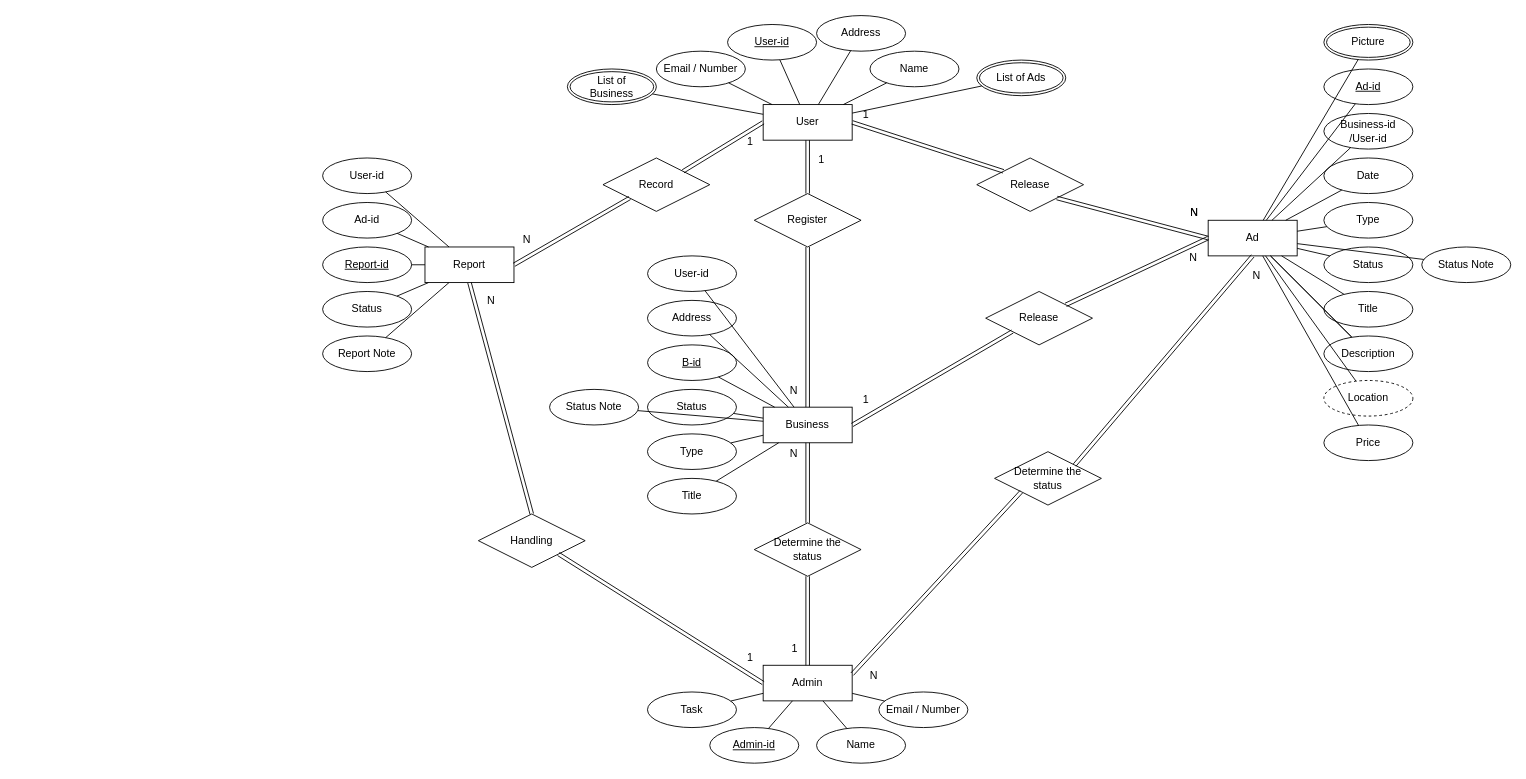
Before: Project.drawio in khebrati/HamsellDatabase, a draw.io diagram. Source tidied: cells renumbered, new cells numbered last; positions are measured from the earlier drawing's top-left corner, leaving out a move shared by most shapes. Both pictures are drawn from the tidied source at 89%, with x=0, y=0 at pixel (322, 15).
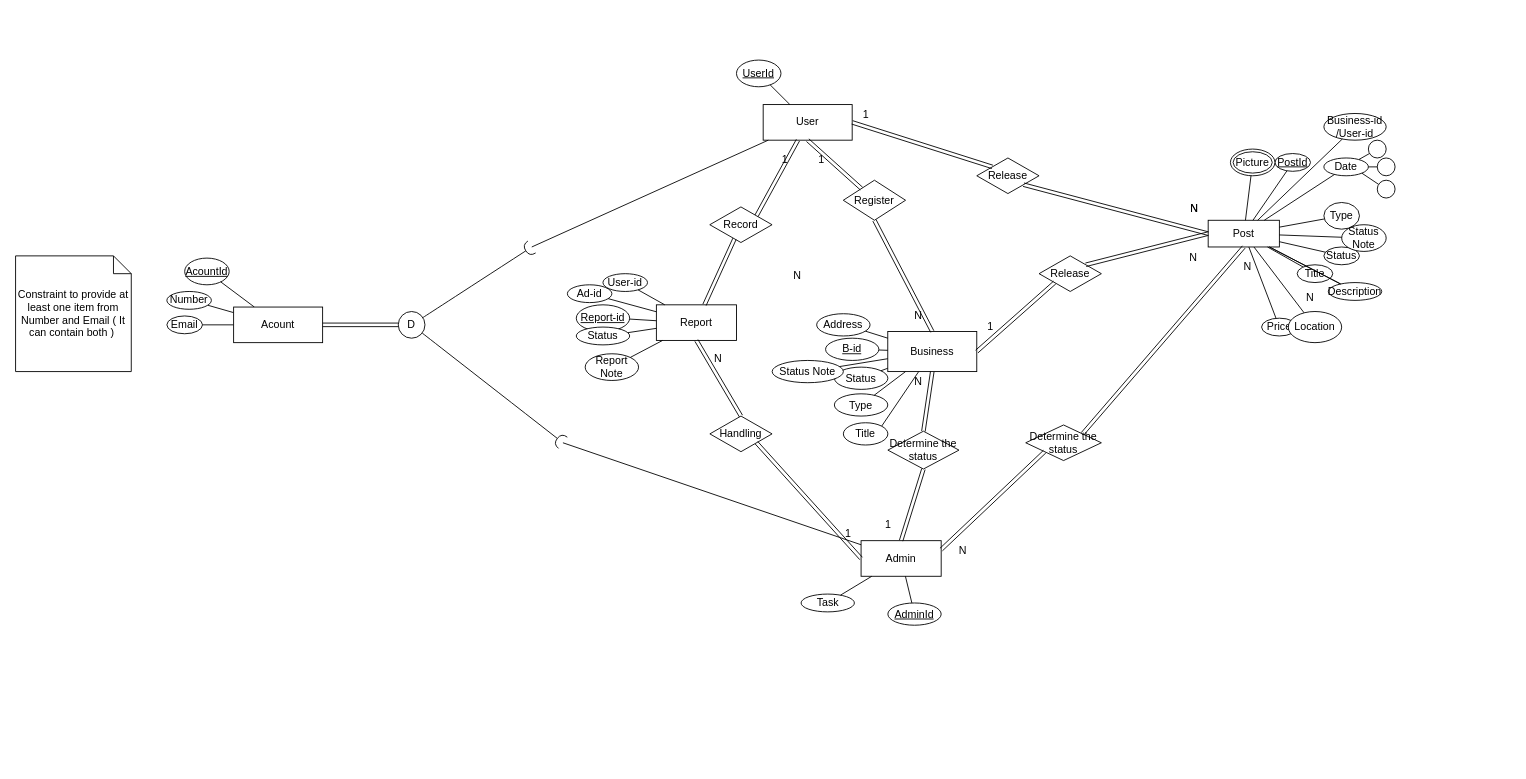
The same page after the edit.

Commit message:
Made things smaller, added parent entity for user and admin

The change refers to these unchanged cells:
```xml
<mxCell id="2" value="User" style="whiteSpace=wrap;html=1;align=center;" parent="1" vertex="1">
  <mxGeometry x="495" y="100" width="100" height="40" as="geometry" />
</mxCell>
```

Change to the diagram source:
```diff
@@
-    <mxCell id="3" value="User-id" style="ellipse;whiteSpace=wrap;html=1;align=center;fontStyle=4;" parent="1" vertex="1">
-      <mxGeometry x="455" y="10" width="100" height="40" as="geometry" />
+    <mxCell id="3" value="AcountId" style="ellipse;whiteSpace=wrap;html=1;align=center;fontStyle=4;" parent="1" vertex="1">
+      <mxGeometry x="-155" y="272.5" width="50" height="30" as="geometry" />
     </mxCell>
-    <mxCell id="4" value="Email / Nu&lt;span style=&quot;background-color: initial;&quot;&gt;mber&lt;/span&gt;" style="ellipse;whiteSpace=wrap;html=1;align=center;" parent="1" vertex="1">
-      <mxGeometry x="375" y="40" width="100" height="40" as="geometry" />
+    <mxCell id="4" value="Number" style="ellipse;whiteSpace=wrap;html=1;align=center;" parent="1" vertex="1">
+      <mxGeometry x="-175" y="310" width="50" height="20" as="geometry" />
     </mxCell>
-    <mxCell id="5" value="Name" style="ellipse;whiteSpace=wrap;html=1;align=center;" parent="1" vertex="1">
-      <mxGeometry x="615" y="40" width="100" height="40" as="geometry" />
-    </mxCell>
-    <mxCell id="6" value="Address" style="ellipse;whiteSpace=wrap;html=1;align=center;" parent="1" vertex="1">
-      <mxGeometry x="555" width="100" height="40" as="geometry" />
-    </mxCell>
-    <mxCell id="7" value="Ad" style="whiteSpace=wrap;html=1;align=center;" parent="1" vertex="1">
-      <mxGeometry x="995" y="230" width="100" height="40" as="geometry" />
+    <mxCell id="7" value="Post" style="whiteSpace=wrap;html=1;align=center;" parent="1" vertex="1">
+      <mxGeometry x="995" y="230" width="80" height="30" as="geometry" />
     </mxCell>
-    <mxCell id="8" value="Ad-id" style="ellipse;whiteSpace=wrap;html=1;align=center;fontStyle=4;" parent="1" vertex="1">
-      <mxGeometry x="1125" y="60" width="100" height="40" as="geometry" />
+    <mxCell id="8" value="PostId" style="ellipse;whiteSpace=wrap;html=1;align=center;fontStyle=4;" parent="1" vertex="1">
+      <mxGeometry x="1070" y="155" width="40" height="20" as="geometry" />
     </mxCell>
     <mxCell id="9" value="Business-id&lt;div&gt;/User-id&lt;/div&gt;" style="ellipse;whiteSpace=wrap;html=1;align=center;" parent="1" vertex="1">
-      <mxGeometry x="1125" y="110" width="100" height="40" as="geometry" />
+      <mxGeometry x="1125" y="110" width="70" height="30" as="geometry" />
     </mxCell>
     <mxCell id="10" value="Date" style="ellipse;whiteSpace=wrap;html=1;align=center;" parent="1" vertex="1">
-      <mxGeometry x="1125" y="160" width="100" height="40" as="geometry" />
+      <mxGeometry x="1125" y="160" width="50" height="20" as="geometry" />
     </mxCell>
     <mxCell id="11" value="Type" style="ellipse;whiteSpace=wrap;html=1;align=center;" parent="1" vertex="1">
-      <mxGeometry x="1125" y="210" width="100" height="40" as="geometry" />
+      <mxGeometry x="1125" y="210" width="40" height="30" as="geometry" />
     </mxCell>
     <mxCell id="12" value="Status" style="ellipse;whiteSpace=wrap;html=1;align=center;" parent="1" vertex="1">
-      <mxGeometry x="1125" y="260" width="100" height="40" as="geometry" />
+      <mxGeometry x="1125" y="260" width="40" height="20" as="geometry" />
     </mxCell>
     <mxCell id="13" value="Title" style="ellipse;whiteSpace=wrap;html=1;align=center;" parent="1" vertex="1">
-      <mxGeometry x="1125" y="310" width="100" height="40" as="geometry" />
+      <mxGeometry x="1095" y="280" width="40" height="20" as="geometry" />
     </mxCell>
     <mxCell id="14" value="Description" style="ellipse;whiteSpace=wrap;html=1;align=center;" parent="1" vertex="1">
-      <mxGeometry x="1125" y="360" width="100" height="40" as="geometry" />
+      <mxGeometry x="1130" y="300" width="60" height="20" as="geometry" />
     </mxCell>
     <mxCell id="15" value="Price" style="ellipse;whiteSpace=wrap;html=1;align=center;" parent="1" vertex="1">
-      <mxGeometry x="1125" y="460" width="100" height="40" as="geometry" />
+      <mxGeometry x="1055" y="340" width="40" height="20" as="geometry" />
     </mxCell>
     <mxCell id="16" value="Picture" style="ellipse;shape=doubleEllipse;margin=3;whiteSpace=wrap;html=1;align=center;" parent="1" vertex="1">
-      <mxGeometry x="1125" y="10" width="100" height="40" as="geometry" />
+      <mxGeometry x="1020" y="150" width="50" height="30" as="geometry" />
     </mxCell>
-    <mxCell id="17" value="Location" style="ellipse;whiteSpace=wrap;html=1;align=center;dashed=1;" parent="1" vertex="1">
-      <mxGeometry x="1125" y="410" width="100" height="40" as="geometry" />
-    </mxCell>
-    <mxCell id="18" value="Admin-id" style="ellipse;whiteSpace=wrap;html=1;align=center;fontStyle=4;" parent="1" vertex="1">
-      <mxGeometry x="435" y="800" width="100" height="40" as="geometry" />
-    </mxCell>
     <mxCell id="19" value="Task" style="ellipse;whiteSpace=wrap;html=1;align=center;" parent="1" vertex="1">
-      <mxGeometry x="365" y="760" width="100" height="40" as="geometry" />
+      <mxGeometry x="537.6" y="650" width="59.9" height="20" as="geometry" />
     </mxCell>
-    <mxCell id="20" value="Name" style="ellipse;whiteSpace=wrap;html=1;align=center;" parent="1" vertex="1">
-      <mxGeometry x="555" y="800" width="100" height="40" as="geometry" />
-    </mxCell>
     <mxCell id="21" value="Admin" style="whiteSpace=wrap;html=1;align=center;" parent="1" vertex="1">
-      <mxGeometry x="495" y="730" width="100" height="40" as="geometry" />
+      <mxGeometry x="605" y="590" width="90" height="40" as="geometry" />
     </mxCell>
-    <mxCell id="22" value="Email / Nu&lt;span style=&quot;background-color: initial;&quot;&gt;mber&lt;/span&gt;" style="ellipse;whiteSpace=wrap;html=1;align=center;" parent="1" vertex="1">
-      <mxGeometry x="625" y="760" width="100" height="40" as="geometry" />
-    </mxCell>
     <mxCell id="23" value="Business" style="whiteSpace=wrap;html=1;align=center;" parent="1" vertex="1">
-      <mxGeometry x="495" y="440" width="100" height="40" as="geometry" />
+      <mxGeometry x="635" y="355" width="100" height="45" as="geometry" />
     </mxCell>
     <mxCell id="24" value="B-id" style="ellipse;whiteSpace=wrap;html=1;align=center;fontStyle=4;" parent="1" vertex="1">
-      <mxGeometry x="365.1" y="370" width="100" height="40" as="geometry" />
+      <mxGeometry x="565.1" y="362.5" width="59.9" height="25" as="geometry" />
     </mxCell>
     <mxCell id="25" value="Title" style="ellipse;whiteSpace=wrap;html=1;align=center;" parent="1" vertex="1">
-      <mxGeometry x="365" y="520" width="100" height="40" as="geometry" />
+      <mxGeometry x="585.1" y="457.5" width="50" height="25" as="geometry" />
     </mxCell>
     <mxCell id="26" value="Address" style="ellipse;whiteSpace=wrap;html=1;align=center;" parent="1" vertex="1">
-      <mxGeometry x="365" y="320" width="100" height="40" as="geometry" />
+      <mxGeometry x="555.1" y="335" width="60" height="25" as="geometry" />
     </mxCell>
     <mxCell id="27" value="Type" style="ellipse;whiteSpace=wrap;html=1;align=center;" parent="1" vertex="1">
-      <mxGeometry x="365" y="470" width="100" height="40" as="geometry" />
+      <mxGeometry x="575" y="425" width="60" height="25" as="geometry" />
     </mxCell>
-    <mxCell id="28" value="User-id" style="ellipse;whiteSpace=wrap;html=1;align=center;" parent="1" vertex="1">
-      <mxGeometry x="365.1" y="270" width="100" height="40" as="geometry" />
+    <mxCell id="28" value="&lt;u&gt;AdminId&lt;/u&gt;" style="ellipse;whiteSpace=wrap;html=1;align=center;" parent="1" vertex="1">
+      <mxGeometry x="635.1" y="660" width="59.9" height="25" as="geometry" />
     </mxCell>
     <mxCell id="29" value="Status Note" style="ellipse;whiteSpace=wrap;html=1;align=center;" parent="1" vertex="1">
-      <mxGeometry x="1235" y="260" width="100" height="40" as="geometry" />
+      <mxGeometry x="1145" y="235" width="50" height="30" as="geometry" />
     </mxCell>
     <mxCell id="30" value="Report" style="whiteSpace=wrap;html=1;align=center;" parent="1" vertex="1">
-      <mxGeometry x="115" y="260" width="100" height="40" as="geometry" />
+      <mxGeometry x="375" y="325" width="90" height="40" as="geometry" />
     </mxCell>
     <mxCell id="31" value="Report-id" style="ellipse;whiteSpace=wrap;html=1;align=center;fontStyle=4;" parent="1" vertex="1">
-      <mxGeometry y="260" width="100" height="40" as="geometry" />
+      <mxGeometry x="285" y="325" width="60" height="30" as="geometry" />
     </mxCell>
     <mxCell id="32" value="Ad-id" style="ellipse;whiteSpace=wrap;html=1;align=center;" parent="1" vertex="1">
-      <mxGeometry y="210" width="100" height="40" as="geometry" />
+      <mxGeometry x="275" y="302.5" width="50" height="20" as="geometry" />
     </mxCell>
     <mxCell id="33" value="User-id" style="ellipse;whiteSpace=wrap;html=1;align=center;" parent="1" vertex="1">
-      <mxGeometry y="160" width="100" height="40" as="geometry" />
+      <mxGeometry x="315" y="290" width="50" height="20" as="geometry" />
     </mxCell>
     <mxCell id="34" value="Report Note" style="ellipse;whiteSpace=wrap;html=1;align=center;" parent="1" vertex="1">
-      <mxGeometry y="360" width="100" height="40" as="geometry" />
+      <mxGeometry x="295" y="380" width="60" height="30" as="geometry" />
     </mxCell>
     <mxCell id="35" value="Status" style="ellipse;whiteSpace=wrap;html=1;align=center;" parent="1" vertex="1">
-      <mxGeometry y="310" width="100" height="40" as="geometry" />
+      <mxGeometry x="285" y="350" width="60" height="20" as="geometry" />
     </mxCell>
     <mxCell id="36" value="Release" style="shape=rhombus;perimeter=rhombusPerimeter;whiteSpace=wrap;html=1;align=center;" parent="1" vertex="1">
-      <mxGeometry x="735" y="160" width="120" height="60" as="geometry" />
+      <mxGeometry x="735" y="160" width="70" height="40" as="geometry" />
     </mxCell>
@@
     <mxCell id="41" value="Register" style="shape=rhombus;perimeter=rhombusPerimeter;whiteSpace=wrap;html=1;align=center;" parent="1" vertex="1">
-      <mxGeometry x="485" y="200" width="120" height="60" as="geometry" />
+      <mxGeometry x="585" y="185" width="70" height="45" as="geometry" />
     </mxCell>
-    <mxCell id="42" style="shape=link;html=1;rounded=0;entryX=0.5;entryY=1;entryDx=0;entryDy=0;exitX=0.5;exitY=0;exitDx=0;exitDy=0;" parent="1" edge="1" source="41" target="2">
+    <mxCell id="42" style="shape=link;html=1;rounded=0;entryX=0.5;entryY=1;entryDx=0;entryDy=0;" parent="1" edge="1" source="41" target="2">
       <mxGeometry relative="1" as="geometry" />
     </mxCell>
@@
     <mxCell id="46" value="Release" style="shape=rhombus;perimeter=rhombusPerimeter;whiteSpace=wrap;html=1;align=center;" parent="1" vertex="1">
-      <mxGeometry x="745" y="310" width="120" height="60" as="geometry" />
+      <mxGeometry x="805" y="270" width="70" height="40" as="geometry" />
     </mxCell>
@@
     <mxCell id="52" value="Record" style="shape=rhombus;perimeter=rhombusPerimeter;whiteSpace=wrap;html=1;align=center;" parent="1" vertex="1">
-      <mxGeometry x="315" y="160" width="120" height="60" as="geometry" />
+      <mxGeometry x="435" y="215" width="70" height="40" as="geometry" />
     </mxCell>
-    <mxCell id="53" style="shape=link;html=1;rounded=0;entryX=1;entryY=0.5;entryDx=0;entryDy=0;exitX=0;exitY=1;exitDx=0;exitDy=0;" parent="1" edge="1" source="52" target="30">
+    <mxCell id="53" style="shape=link;html=1;rounded=0;" parent="1" edge="1" source="52" target="30">
       <mxGeometry relative="1" as="geometry" />
     </mxCell>
     <mxCell id="54" value="N" style="html=1;whiteSpace=wrap;align=right;verticalAlign=bottom;" parent="53" vertex="1">
       <mxGeometry x="1" relative="1" as="geometry">
-        <mxPoint x="20" y="-20" as="offset" />
+        <mxPoint x="110" y="-25" as="offset" />
       </mxGeometry>
     </mxCell>
-    <mxCell id="55" style="shape=link;html=1;rounded=0;entryX=0;entryY=0.5;entryDx=0;entryDy=0;exitX=1;exitY=0;exitDx=0;exitDy=0;" parent="1" edge="1" source="52" target="2">
+    <mxCell id="55" style="shape=link;html=1;rounded=0;exitX=1;exitY=0;exitDx=0;exitDy=0;" parent="1" edge="1" source="52" target="2">
       <mxGeometry relative="1" as="geometry" />
     </mxCell>
@@
     <mxCell id="57" value="Determine the&lt;div&gt;status&lt;/div&gt;" style="shape=rhombus;perimeter=rhombusPerimeter;whiteSpace=wrap;html=1;align=center;" parent="1" vertex="1">
-      <mxGeometry x="755" y="490" width="120" height="60" as="geometry" />
+      <mxGeometry x="790" y="460" width="85" height="40" as="geometry" />
     </mxCell>
@@
-    <mxCell id="60" value="List of Ads" style="ellipse;shape=doubleEllipse;margin=3;whiteSpace=wrap;html=1;align=center;" parent="1" vertex="1">
-      <mxGeometry x="735" y="50" width="100" height="40" as="geometry" />
-    </mxCell>
-    <mxCell id="61" value="List of&lt;div&gt;Business&lt;/div&gt;" style="ellipse;shape=doubleEllipse;margin=3;whiteSpace=wrap;html=1;align=center;" parent="1" vertex="1">
-      <mxGeometry x="275" y="60" width="100" height="40" as="geometry" />
-    </mxCell>
@@
     <mxCell id="64" value="Determine the&lt;div&gt;status&lt;/div&gt;" style="shape=rhombus;perimeter=rhombusPerimeter;whiteSpace=wrap;html=1;align=center;" parent="1" vertex="1">
-      <mxGeometry x="485" y="570" width="120" height="60" as="geometry" />
+      <mxGeometry x="635.1" y="467" width="79.9" height="42.5" as="geometry" />
     </mxCell>
@@
     <mxCell id="69" value="Handling" style="shape=rhombus;perimeter=rhombusPerimeter;whiteSpace=wrap;html=1;align=center;" parent="1" vertex="1">
-      <mxGeometry x="175" y="560" width="120" height="60" as="geometry" />
+      <mxGeometry x="435.1" y="450" width="69.9" height="40" as="geometry" />
     </mxCell>
@@
     <mxCell id="74" value="Status" style="ellipse;whiteSpace=wrap;html=1;align=center;" parent="1" vertex="1">
-      <mxGeometry x="365" y="420" width="100" height="40" as="geometry" />
+      <mxGeometry x="575.1" y="395" width="60" height="25" as="geometry" />
     </mxCell>
     <mxCell id="75" value="Status Note" style="ellipse;whiteSpace=wrap;html=1;align=center;" parent="1" vertex="1">
-      <mxGeometry x="255" y="420" width="100" height="40" as="geometry" />
+      <mxGeometry x="505.1" y="387.5" width="80" height="25" as="geometry" />
     </mxCell>
-    <mxCell id="76" style="endArrow=none;html=1;rounded=0;" parent="1" edge="1" source="61" target="2">
-      <mxGeometry relative="1" as="geometry" />
-    </mxCell>
-    <mxCell id="77" style="endArrow=none;html=1;rounded=0;" parent="1" edge="1" source="4" target="2">
+    <mxCell id="77" style="endArrow=none;html=1;rounded=0;" parent="1" edge="1" source="4" target="118">
       <mxGeometry relative="1" as="geometry" />
     </mxCell>
-    <mxCell id="78" style="endArrow=none;html=1;rounded=0;" parent="1" edge="1" source="5" target="2">
-      <mxGeometry relative="1" as="geometry" />
-    </mxCell>
-    <mxCell id="79" style="endArrow=none;html=1;rounded=0;" parent="1" edge="1" source="60" target="2">
-      <mxGeometry relative="1" as="geometry" />
-    </mxCell>
-    <mxCell id="80" style="endArrow=none;html=1;rounded=0;" parent="1" edge="1" source="3" target="2">
+    <mxCell id="80" style="endArrow=none;html=1;rounded=0;" parent="1" edge="1" source="3" target="118">
       <mxGeometry relative="1" as="geometry" />
     </mxCell>
-    <mxCell id="81" style="endArrow=none;html=1;rounded=0;" parent="1" edge="1" source="6" target="2">
-      <mxGeometry relative="1" as="geometry" />
-    </mxCell>
@@
-    <mxCell id="87" style="endArrow=none;html=1;rounded=0;" parent="1" edge="1" source="28" target="23">
+    <mxCell id="87" style="endArrow=none;html=1;rounded=0;" parent="1" edge="1" source="28" target="21">
       <mxGeometry relative="1" as="geometry" />
     </mxCell>
@@
-    <mxCell id="92" style="endArrow=none;html=1;rounded=0;" parent="1" edge="1" source="25" target="23">
+    <mxCell id="92" style="endArrow=none;html=1;rounded=0;exitX=1;exitY=0;exitDx=0;exitDy=0;" parent="1" edge="1" source="25" target="23">
       <mxGeometry relative="1" as="geometry" />
     </mxCell>
@@
-    <mxCell id="94" style="endArrow=none;html=1;rounded=0;" parent="1" edge="1" source="22" target="21">
-      <mxGeometry relative="1" as="geometry" />
-    </mxCell>
-    <mxCell id="95" style="endArrow=none;html=1;rounded=0;" parent="1" edge="1" source="18" target="21">
-      <mxGeometry relative="1" as="geometry" />
-    </mxCell>
@@
-    <mxCell id="97" style="endArrow=none;html=1;rounded=0;" parent="1" edge="1" source="20" target="21">
-      <mxGeometry relative="1" as="geometry" />
-    </mxCell>
@@
-    <mxCell id="107" style="endArrow=none;html=1;rounded=0;" parent="1" edge="1" source="7" target="17">
-      <mxGeometry relative="1" as="geometry" />
-    </mxCell>
@@
+    <mxCell id="110" style="endArrow=none;html=1;rounded=0;" parent="1" edge="1" source="10" target="113">
+      <mxGeometry relative="1" as="geometry" />
+    </mxCell>
+    <mxCell id="111" style="endArrow=none;html=1;rounded=0;" parent="1" edge="1" source="10" target="114">
+      <mxGeometry relative="1" as="geometry" />
+    </mxCell>
+    <mxCell id="112" style="endArrow=none;html=1;rounded=0;exitX=1;exitY=1;exitDx=0;exitDy=0;" parent="1" edge="1" source="10" target="115">
+      <mxGeometry relative="1" as="geometry" />
+    </mxCell>
+    <mxCell id="113" style="ellipse;whiteSpace=wrap;html=1;" parent="1" vertex="1">
+      <mxGeometry x="1175" y="140" width="20" height="20" as="geometry" />
+    </mxCell>
+    <mxCell id="114" style="ellipse;whiteSpace=wrap;html=1;" parent="1" vertex="1">
+      <mxGeometry x="1185" y="160" width="20" height="20" as="geometry" />
+    </mxCell>
+    <mxCell id="115" style="ellipse;whiteSpace=wrap;html=1;" parent="1" vertex="1">
+      <mxGeometry x="1185" y="185" width="20" height="20" as="geometry" />
+    </mxCell>
+    <mxCell id="116" value="Email" style="ellipse;whiteSpace=wrap;html=1;align=center;" parent="1" vertex="1">
+      <mxGeometry x="-175" y="337.5" width="40" height="20" as="geometry" />
+    </mxCell>
+    <mxCell id="117" style="endArrow=none;html=1;rounded=0;" parent="1" edge="1" source="116" target="118">
+      <mxGeometry relative="1" as="geometry" />
+    </mxCell>
+    <mxCell id="118" value="Acount" style="whiteSpace=wrap;html=1;align=center;" parent="1" vertex="1">
+      <mxGeometry x="-100" y="327.5" width="100" height="40" as="geometry" />
+    </mxCell>
+    <mxCell id="119" style="rounded=0;jettySize=auto;html=1;endArrow=halfCircle;endFill=0;endSize=6;strokeWidth=1;sketch=0;fontSize=12;curved=1;entryX=1;entryY=1;entryDx=0;entryDy=0;entryPerimeter=0;" parent="1" edge="1" source="122" target="120">
+      <mxGeometry relative="1" as="geometry" />
+    </mxCell>
+    <mxCell id="120" style="ellipse;whiteSpace=wrap;html=1;align=center;fillColor=none;strokeColor=none;perimeter=centerPerimeter;points=[];outlineConnect=1;" parent="1" vertex="1">
+      <mxGeometry x="265" y="475" width="10" height="10" as="geometry" />
+    </mxCell>
+    <mxCell id="121" style="endArrow=none;html=1;rounded=0;" parent="1" edge="1" source="21" target="120">
+      <mxGeometry relative="1" as="geometry" />
+    </mxCell>
+    <mxCell id="122" value="D" style="ellipse;whiteSpace=wrap;html=1;align=center;" parent="1" vertex="1">
+      <mxGeometry x="85" y="332.5" width="30" height="30" as="geometry" />
+    </mxCell>
+    <mxCell id="123" style="rounded=0;jettySize=auto;html=1;endArrow=halfCircle;endFill=0;endSize=6;strokeWidth=1;sketch=0;fontSize=12;curved=1;entryX=1;entryY=1;entryDx=0;entryDy=0;entryPerimeter=0;" parent="1" edge="1" source="122" target="128">
+      <mxGeometry relative="1" as="geometry" />
+    </mxCell>
+    <mxCell id="124" style="endArrow=none;html=1;rounded=0;" parent="1" edge="1" source="128">
+      <mxGeometry relative="1" as="geometry">
+        <mxPoint x="235" y="260" as="targetPoint" />
+      </mxGeometry>
+    </mxCell>
+    <mxCell id="125" style="shape=link;html=1;rounded=0;" parent="1" edge="1" source="122" target="118">
+      <mxGeometry relative="1" as="geometry" />
+    </mxCell>
+    <mxCell id="126" style="ellipse;whiteSpace=wrap;html=1;align=center;fillColor=none;strokeColor=none;perimeter=centerPerimeter;" parent="1" vertex="1">
+      <mxGeometry x="75" y="620" width="10" height="10" as="geometry" />
+    </mxCell>
+    <mxCell id="127" style="endArrow=none;html=1;rounded=0;" parent="1" edge="1" source="2" target="128">
+      <mxGeometry relative="1" as="geometry" />
+    </mxCell>
+    <mxCell id="128" style="ellipse;whiteSpace=wrap;html=1;align=center;fillColor=none;strokeColor=none;perimeter=centerPerimeter;points=[];outlineConnect=1;" parent="1" vertex="1">
+      <mxGeometry x="230" y="255" width="10" height="10" as="geometry" />
+    </mxCell>
+    <mxCell id="17" value="Location" style="ellipse;whiteSpace=wrap;html=1;align=center;" parent="1" vertex="1">
+      <mxGeometry x="1085" y="332.5" width="60" height="35" as="geometry" />
+    </mxCell>
+    <mxCell id="129" value="N" style="html=1;whiteSpace=wrap;align=right;verticalAlign=bottom;" parent="1" vertex="1">
+      <mxGeometry x="1115" y="325" as="geometry" />
+    </mxCell>
+    <mxCell id="107" style="endArrow=none;html=1;rounded=0;" parent="1" edge="1" source="7" target="17">
+      <mxGeometry relative="1" as="geometry" />
+    </mxCell>
+    <mxCell id="130" value="UserId" style="ellipse;whiteSpace=wrap;html=1;align=center;fontStyle=4;" parent="1" vertex="1">
+      <mxGeometry x="465" y="50" width="50" height="30" as="geometry" />
+    </mxCell>
+    <mxCell id="131" style="endArrow=none;html=1;rounded=0;" parent="1" edge="1" source="130" target="2">
+      <mxGeometry relative="1" as="geometry" />
+    </mxCell>
+    <mxCell id="132" value="Constraint to provide at least one item from Number and Email ( It can contain both )&amp;nbsp;" style="shape=note;size=20;whiteSpace=wrap;html=1;" parent="1" vertex="1">
+      <mxGeometry x="-345" y="270" width="130" height="130" as="geometry" />
+    </mxCell>
```
